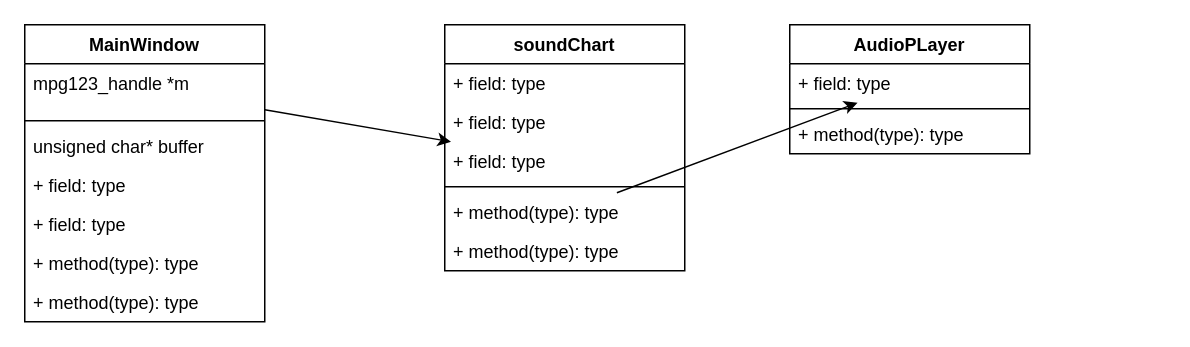
The draw.io diagram Untitled Diagram.drawio in Dmitrius69/soundTest, before the edit. Source tidied: cells renumbered, new cells numbered last; positions are measured from the earlier drawing's top-left corner, leaving out a move shared by most shapes. Both pictures are drawn from the tidied source at 150%, with x=0, y=0 at pixel (24, 24).
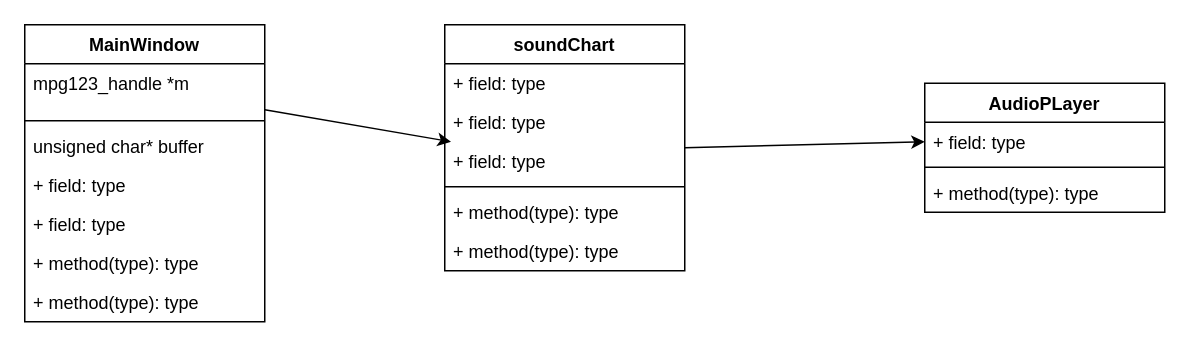
After the change.

Unchanged cells that the change refers to:
```xml
<mxCell id="10" value="soundChart" style="swimlane;fontStyle=1;align=center;verticalAlign=top;horizontal=1;startSize=26;" parent="1" vertex="1">
  <mxGeometry x="280" width="160" height="164" as="geometry" />
</mxCell>
<mxCell id="15" value="+ method(type): type" style="text;strokeColor=none;fillColor=none;align=left;verticalAlign=top;spacingLeft=4;spacingRight=4;overflow=hidden;points=[[0,0.5],[1,0.5]];portConstraint=eastwest;" parent="10" vertex="1">
  <mxGeometry y="112" width="160" height="26" as="geometry" />
</mxCell>
<mxCell id="18" value="+ field: type" style="text;strokeColor=none;fillColor=none;align=left;verticalAlign=top;spacingLeft=4;spacingRight=4;overflow=hidden;points=[[0,0.5],[1,0.5]];portConstraint=eastwest;" parent="17" vertex="1">
  <mxGeometry y="26" width="160" height="26" as="geometry" />
</mxCell>
```

Diff of the diagram source:
```diff
@@
     <mxCell id="17" value="AudioPLayer" style="swimlane;fontStyle=1;align=center;verticalAlign=top;horizontal=1;startSize=26;" parent="1" vertex="1">
-      <mxGeometry x="510" width="160" height="86" as="geometry" />
+      <mxGeometry x="600" y="39" width="160" height="86" as="geometry" />
     </mxCell>
@@
-    <mxCell id="22" style="endArrow=classic;html=1;" parent="1" edge="1" source="15" target="18">
+    <mxCell id="22" style="endArrow=classic;html=1;entryX=0;entryY=0.5;entryDx=0;entryDy=0;exitX=1;exitY=0.5;exitDx=0;exitDy=0;" parent="1" edge="1" source="10" target="18">
       <mxGeometry relative="1" as="geometry" />
     </mxCell>
```
